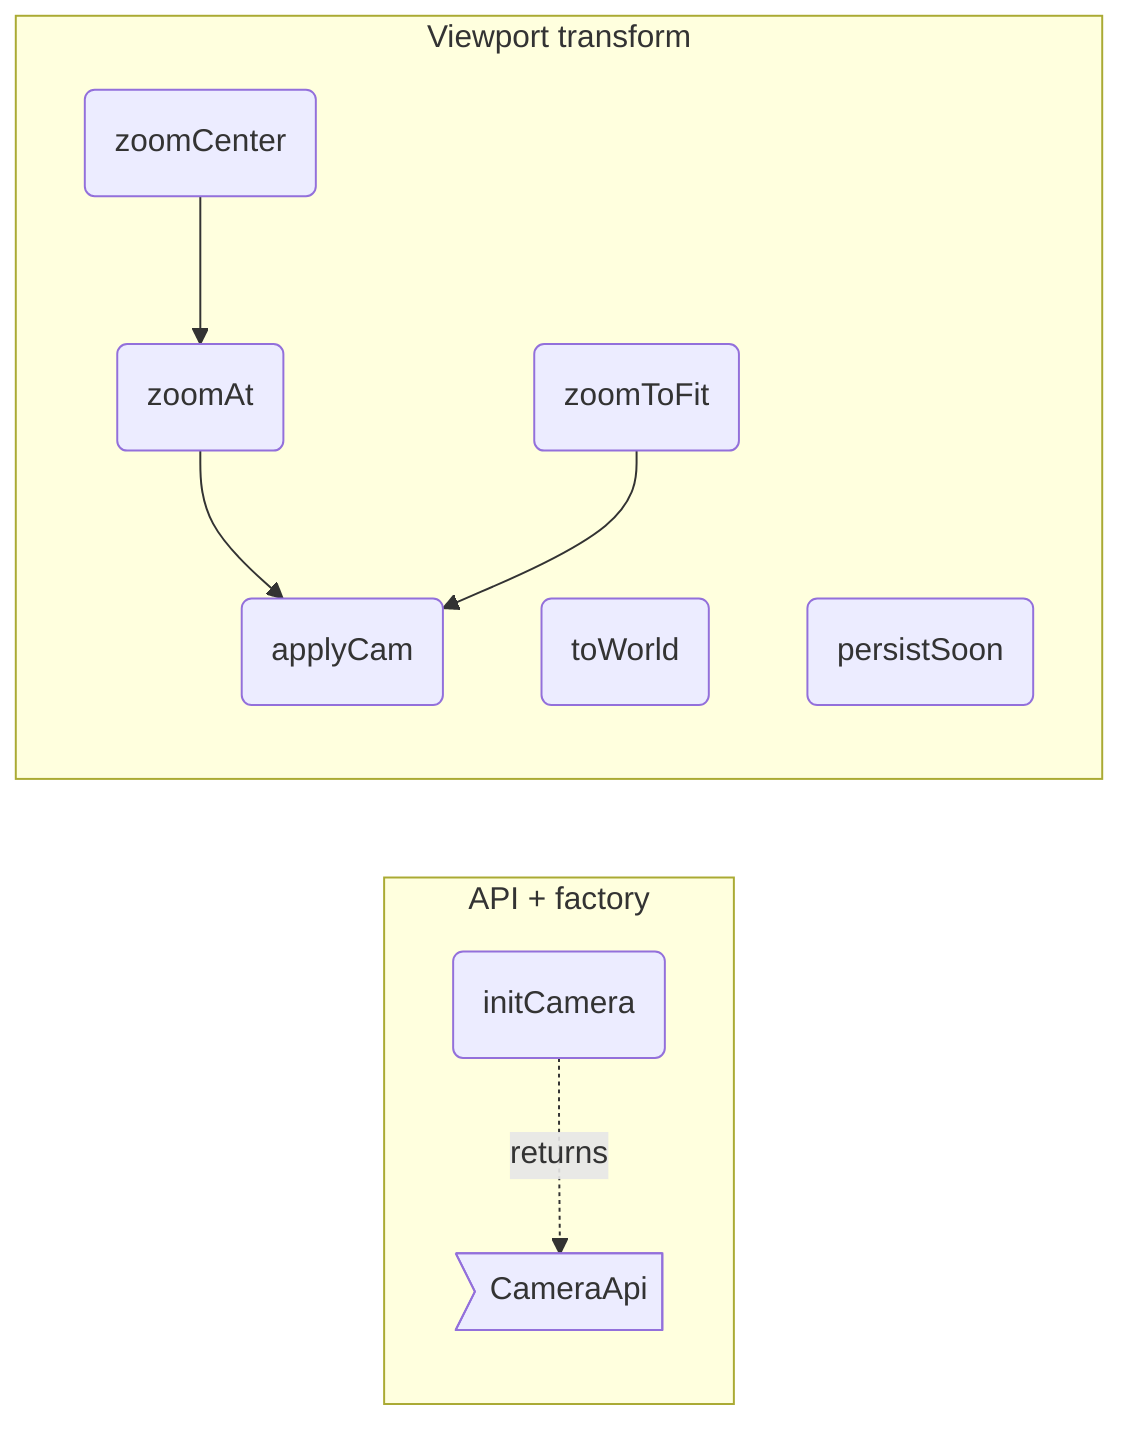
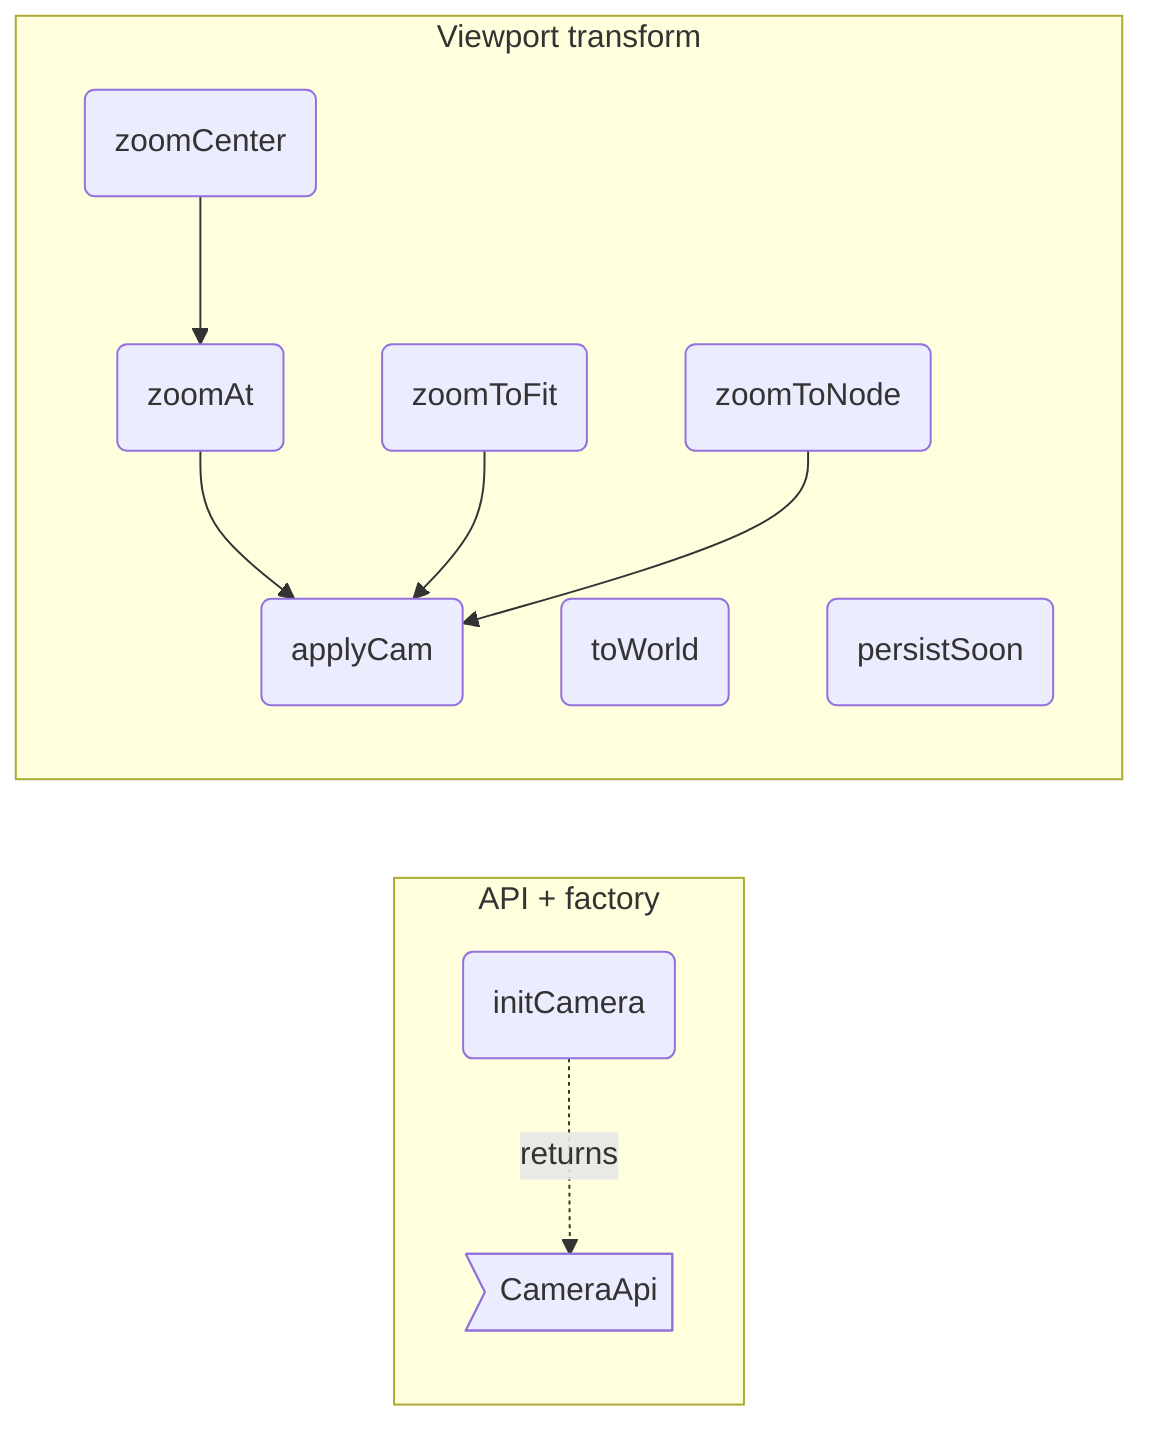
flowchart LR
%% root camera

%% src CameraApi src/core/camera/camera.ts#CameraApi
%% kind CameraApi type
%% fm:meta CameraApi name=CameraApi
- %% fm:meta CameraApi desc=viewport surface: applyCam, toWorld, zoomAt, zoomCenter, zoomToFit, persistSoon
+ %% fm:meta CameraApi desc=viewport surface: applyCam, toWorld, zoomAt, zoomCenter, zoomToFit, zoomToNode, persistSoon

%% src initCamera src/core/camera/camera.ts#initCamera
%% kind initCamera function
%% fm:meta initCamera name=initCamera
%% fm:meta initCamera desc=build the camera API over ctx.cam and the stage/world DOM
%% fm:meta initCamera i0.name=initCamera
%% fm:meta initCamera i0.accepts=ctx: AppContext
%% fm:meta initCamera i0.returns=CameraApi

%% src applyCam src/core/camera/camera.ts#applyCam
%% kind applyCam function
%% fm:meta applyCam name=applyCam
%% fm:meta applyCam desc=write the CSS transform and grid, then redraw the minimap
%% fm:meta applyCam i0.name=applyCam
%% fm:meta applyCam i0.returns=void

%% src toWorld src/core/camera/camera.ts#toWorld
%% kind toWorld function
%% fm:meta toWorld name=toWorld
%% fm:meta toWorld desc=convert a screen point to world coordinates using the current camera
%% fm:meta toWorld i0.name=toWorld
%% fm:meta toWorld i0.accepts=sx: number
%% fm:meta toWorld i0.accepts=sy: number
%% fm:meta toWorld i0.returns=Point

%% src zoomAt src/core/camera/camera.ts#zoomAt
%% kind zoomAt function
%% fm:meta zoomAt name=zoomAt
%% fm:meta zoomAt desc=zoom toward a screen anchor, clamped to the zoom limits, then apply and persist
%% fm:meta zoomAt i0.name=zoomAt
%% fm:meta zoomAt i0.accepts=sx: number
%% fm:meta zoomAt i0.accepts=sy: number
%% fm:meta zoomAt i0.accepts=nz: number
%% fm:meta zoomAt i0.returns=void

%% src zoomCenter src/core/camera/camera.ts#zoomCenter
%% kind zoomCenter function
%% fm:meta zoomCenter name=zoomCenter
%% fm:meta zoomCenter desc=zoom toward the stage centre
%% fm:meta zoomCenter i0.name=zoomCenter
%% fm:meta zoomCenter i0.accepts=nz: number
%% fm:meta zoomCenter i0.returns=void

%% src zoomToFit src/core/camera/camera.ts#zoomToFit
%% kind zoomToFit function
%% fm:meta zoomToFit name=zoomToFit
%% fm:meta zoomToFit desc=fit the current drill level into view; only zooms out, never past 100 percent
%% fm:meta zoomToFit i0.name=zoomToFit
%% fm:meta zoomToFit i0.returns=void

+ %% src zoomToNode src/core/camera/camera.ts#zoomToNode
+ %% kind zoomToNode function
+ %% fm:meta zoomToNode name=zoomToNode
+ %% fm:meta zoomToNode desc=pan the camera so a node centres in the viewport, keeping the current zoom; no-op when the node is gone
+ %% fm:meta zoomToNode i0.name=zoomToNode
+ %% fm:meta zoomToNode i0.accepts=id: string
+ %% fm:meta zoomToNode i0.returns=void
+ 
%% src persistSoon src/core/camera/camera.ts#persistSoon
%% kind persistSoon function
%% fm:meta persistSoon name=persistSoon
%% fm:meta persistSoon desc=debounced trigger of the persist hook after camera moves
%% fm:meta persistSoon i0.name=persistSoon
%% fm:meta persistSoon i0.returns=void

%% parent c_api camera
%% parent c_transform camera

  subgraph c_api ["API + factory"]
    CameraApi>"CameraApi"]
    initCamera("initCamera")
  end
  subgraph c_transform ["Viewport transform"]
    applyCam("applyCam")
    toWorld("toWorld")
    zoomAt("zoomAt")
    zoomCenter("zoomCenter")
    zoomToFit("zoomToFit")
+     zoomToNode("zoomToNode")
    persistSoon("persistSoon")
  end

  zoomCenter --> zoomAt
  zoomAt --> applyCam
  zoomToFit --> applyCam
+   zoomToNode --> applyCam
  initCamera -.->|returns| CameraApi
